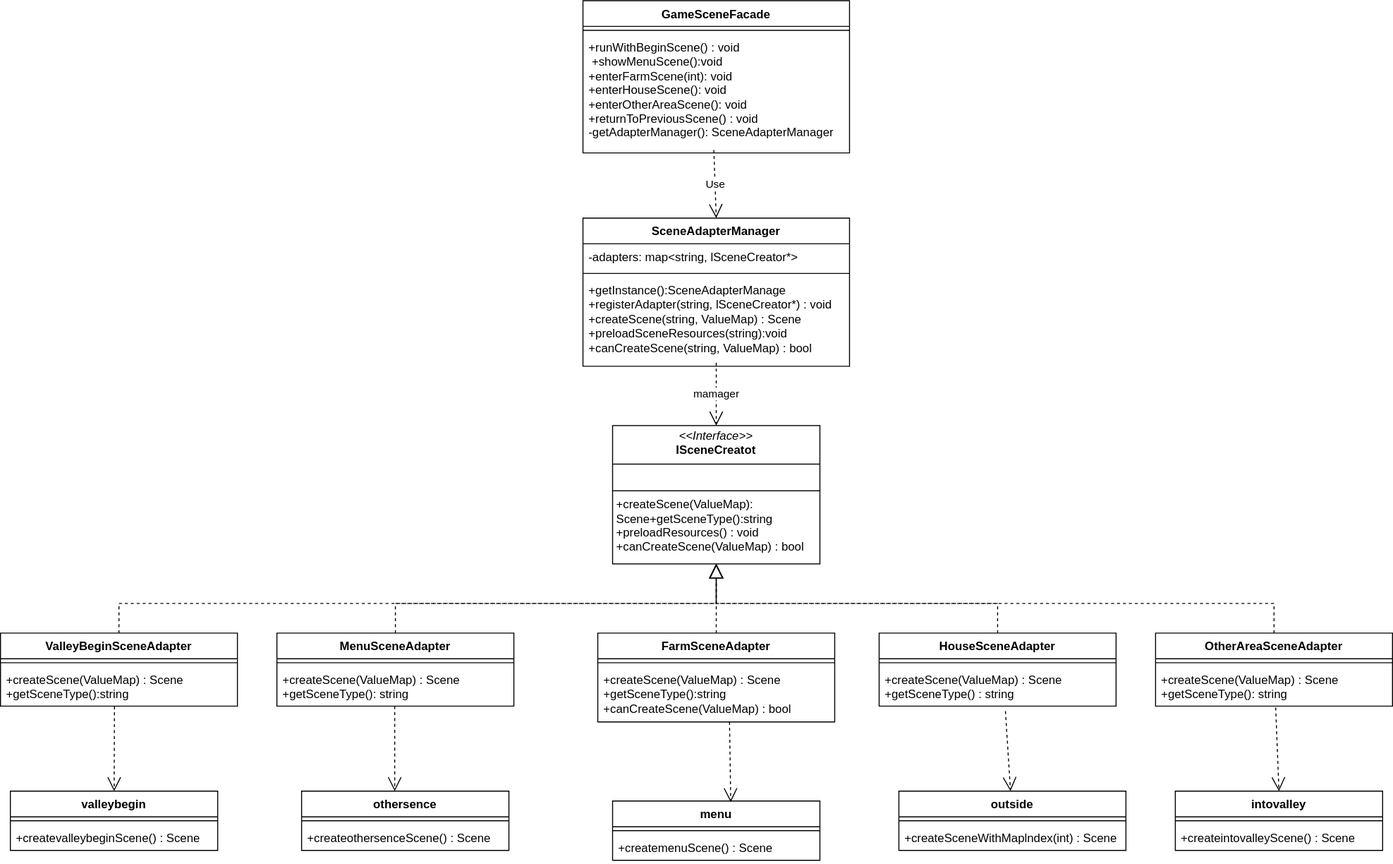
This is 文档/diagram/SceneAdapter.svg from Alian-yy/Stardew_Valley_Refactored, a draw.io export, as it was before one commit. Source tidied: cells renumbered, new cells last; positions are measured from the earlier drawing's top-left corner, leaving out a move shared by most shapes.
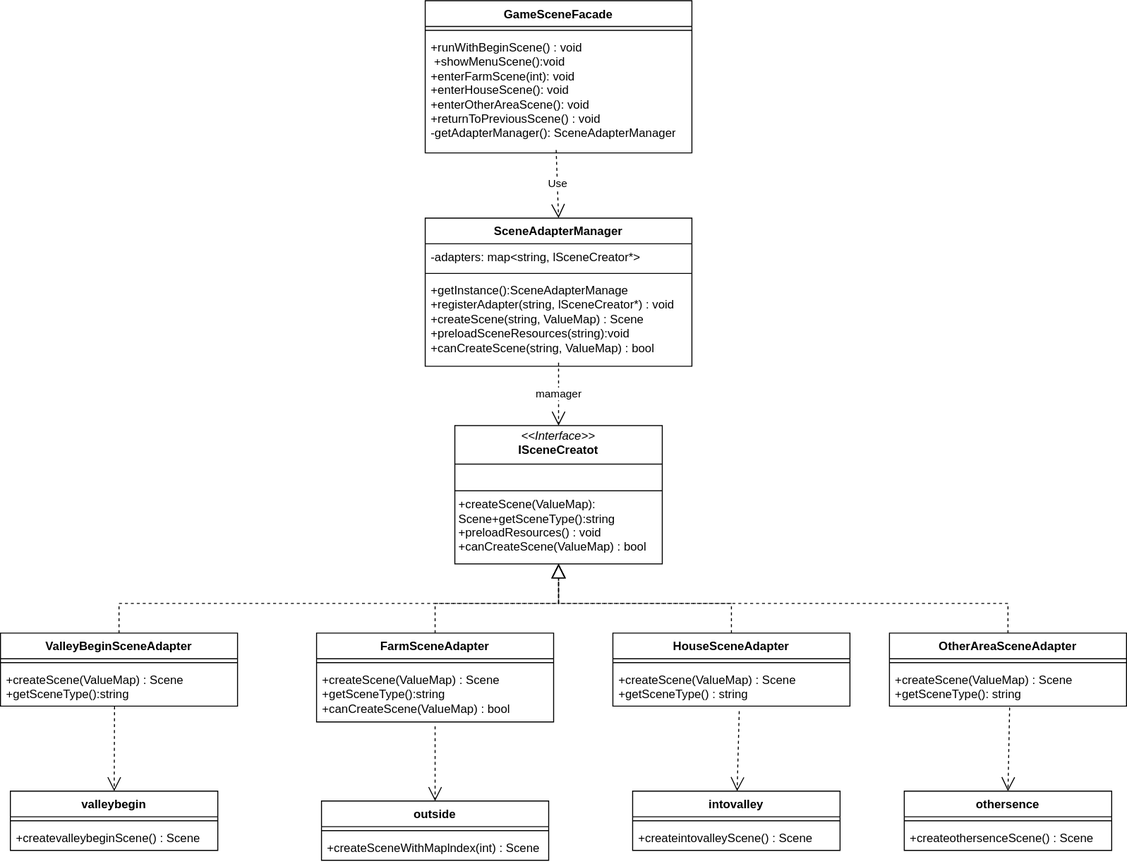
After the commit.

Diff of the diagram source:
```diff
@@ -27,7 +27,7 @@
       <mxGeometry y="60" width="270" height="90" as="geometry" />
     </mxCell>
     <mxCell id="10" value="ValleyBeginSceneAdapter" style="swimlane;fontStyle=1;align=center;verticalAlign=top;horizontal=1;startSize=26;whiteSpace=wrap;html=1;" parent="1" vertex="1">
-      <mxGeometry y="640" width="240" height="74" as="geometry" />
+      <mxGeometry x="160" y="640" width="240" height="74" as="geometry" />
     </mxCell>
     <mxCell id="11" style="line;strokeWidth=1;fillColor=none;align=left;verticalAlign=middle;spacingTop=-1;spacingLeft=3;spacingRight=3;labelPosition=right;strokeColor=inherit;" parent="10" vertex="1">
       <mxGeometry y="26" width="240" height="8" as="geometry" />
@@ -35,17 +35,8 @@
     <mxCell id="12" value="+createScene(ValueMap) : Scene&lt;div&gt;+getSceneType():string&lt;/div&gt;" style="text;strokeColor=none;fillColor=none;align=left;verticalAlign=top;spacingLeft=4;spacingRight=4;overflow=hidden;points=[[0,0.5],[1,0.5]];portConstraint=eastwest;whiteSpace=wrap;html=1;" parent="10" vertex="1">
       <mxGeometry y="34" width="240" height="40" as="geometry" />
     </mxCell>
-    <mxCell id="13" value="MenuSceneAdapter" style="swimlane;fontStyle=1;align=center;verticalAlign=top;horizontal=1;startSize=26;whiteSpace=wrap;html=1;" parent="1" vertex="1">
-      <mxGeometry x="280" y="640" width="240" height="74" as="geometry" />
-    </mxCell>
-    <mxCell id="14" style="line;strokeWidth=1;fillColor=none;align=left;verticalAlign=middle;spacingTop=-1;spacingLeft=3;spacingRight=3;labelPosition=right;strokeColor=inherit;" parent="13" vertex="1">
-      <mxGeometry y="26" width="240" height="8" as="geometry" />
-    </mxCell>
-    <mxCell id="15" value="+createScene(ValueMap) : Scene&lt;div&gt;+getSceneType(): string&lt;/div&gt;" style="text;strokeColor=none;fillColor=none;align=left;verticalAlign=top;spacingLeft=4;spacingRight=4;overflow=hidden;whiteSpace=wrap;html=1;" parent="13" vertex="1">
-      <mxGeometry y="34" width="240" height="40" as="geometry" />
-    </mxCell>
     <mxCell id="16" value="FarmSceneAdapter" style="swimlane;fontStyle=1;align=center;verticalAlign=top;horizontal=1;startSize=26;whiteSpace=wrap;html=1;" parent="1" vertex="1">
-      <mxGeometry x="605" y="640" width="240" height="90" as="geometry" />
+      <mxGeometry x="480" y="640" width="240" height="90" as="geometry" />
     </mxCell>
     <mxCell id="17" style="line;strokeWidth=1;fillColor=none;align=left;verticalAlign=middle;spacingTop=-1;spacingLeft=3;spacingRight=3;labelPosition=right;strokeColor=inherit;" parent="16" vertex="1">
       <mxGeometry y="26" width="240" height="8" as="geometry" />
@@ -54,7 +45,7 @@
       <mxGeometry y="34" width="240" height="56" as="geometry" />
     </mxCell>
     <mxCell id="19" value="HouseSceneAdapter" style="swimlane;fontStyle=1;align=center;verticalAlign=top;horizontal=1;startSize=26;whiteSpace=wrap;html=1;" parent="1" vertex="1">
-      <mxGeometry x="890" y="640" width="240" height="74" as="geometry" />
+      <mxGeometry x="780" y="640" width="240" height="74" as="geometry" />
     </mxCell>
     <mxCell id="20" style="line;strokeWidth=1;fillColor=none;align=left;verticalAlign=middle;spacingTop=-1;spacingLeft=3;spacingRight=3;labelPosition=right;strokeColor=inherit;" parent="19" vertex="1">
       <mxGeometry y="26" width="240" height="8" as="geometry" />
@@ -63,7 +54,7 @@
       <mxGeometry y="34" width="240" height="40" as="geometry" />
     </mxCell>
     <mxCell id="22" value="OtherAreaSceneAdapter" style="swimlane;fontStyle=1;align=center;verticalAlign=top;horizontal=1;startSize=26;whiteSpace=wrap;html=1;" parent="1" vertex="1">
-      <mxGeometry x="1170" y="640" width="240" height="74" as="geometry" />
+      <mxGeometry x="1060" y="640" width="240" height="74" as="geometry" />
     </mxCell>
     <mxCell id="23" style="line;strokeWidth=1;fillColor=none;align=left;verticalAlign=middle;spacingTop=-1;spacingLeft=3;spacingRight=3;labelPosition=right;strokeColor=inherit;" parent="22" vertex="1">
       <mxGeometry y="26" width="240" height="8" as="geometry" />
@@ -72,7 +63,7 @@
       <mxGeometry y="34" width="240" height="40" as="geometry" />
     </mxCell>
     <mxCell id="25" value="valleybegin" style="swimlane;fontStyle=1;align=center;verticalAlign=top;horizontal=1;startSize=26;whiteSpace=wrap;html=1;" parent="1" vertex="1">
-      <mxGeometry x="10" y="800" width="210" height="60" as="geometry" />
+      <mxGeometry x="170" y="800" width="210" height="60" as="geometry" />
     </mxCell>
     <mxCell id="26" style="line;strokeWidth=1;fillColor=none;align=left;verticalAlign=middle;spacingTop=-1;spacingLeft=3;spacingRight=3;labelPosition=right;strokeColor=inherit;" parent="25" vertex="1">
       <mxGeometry y="26" width="210" height="8" as="geometry" />
@@ -81,7 +72,7 @@
       <mxGeometry y="34" width="210" height="26" as="geometry" />
     </mxCell>
     <mxCell id="28" value="othersence" style="swimlane;fontStyle=1;align=center;verticalAlign=top;horizontal=1;startSize=26;whiteSpace=wrap;html=1;" parent="1" vertex="1">
-      <mxGeometry x="305" y="800" width="210" height="60" as="geometry" />
+      <mxGeometry x="1075" y="800" width="210" height="60" as="geometry" />
     </mxCell>
     <mxCell id="29" style="line;strokeWidth=1;fillColor=none;align=left;verticalAlign=middle;spacingTop=-1;spacingLeft=3;spacingRight=3;labelPosition=right;strokeColor=inherit;" parent="28" vertex="1">
       <mxGeometry y="26" width="210" height="8" as="geometry" />
@@ -89,17 +80,8 @@
     <mxCell id="30" value="+createothersenceScene() : Scene" style="text;strokeColor=none;fillColor=none;align=left;verticalAlign=top;spacingLeft=4;spacingRight=4;overflow=hidden;whiteSpace=wrap;html=1;" parent="28" vertex="1">
       <mxGeometry y="34" width="210" height="26" as="geometry" />
     </mxCell>
-    <mxCell id="31" value="menu" style="swimlane;fontStyle=1;align=center;verticalAlign=top;horizontal=1;startSize=26;whiteSpace=wrap;html=1;" parent="1" vertex="1">
-      <mxGeometry x="620" y="810" width="210" height="60" as="geometry" />
-    </mxCell>
-    <mxCell id="32" style="line;strokeWidth=1;fillColor=none;align=left;verticalAlign=middle;spacingTop=-1;spacingLeft=3;spacingRight=3;labelPosition=right;strokeColor=inherit;" parent="31" vertex="1">
-      <mxGeometry y="26" width="210" height="8" as="geometry" />
-    </mxCell>
-    <mxCell id="33" value="+createmenuScene() : Scene" style="text;strokeColor=none;fillColor=none;align=left;verticalAlign=top;spacingLeft=4;spacingRight=4;overflow=hidden;whiteSpace=wrap;html=1;" parent="31" vertex="1">
-      <mxGeometry y="34" width="210" height="26" as="geometry" />
-    </mxCell>
     <mxCell id="34" value="outside" style="swimlane;fontStyle=1;align=center;verticalAlign=top;horizontal=1;startSize=26;whiteSpace=wrap;html=1;" parent="1" vertex="1">
-      <mxGeometry x="910" y="800" width="230" height="60" as="geometry" />
+      <mxGeometry x="485" y="810" width="230" height="60" as="geometry" />
     </mxCell>
     <mxCell id="35" style="line;strokeWidth=1;fillColor=none;align=left;verticalAlign=middle;spacingTop=-1;spacingLeft=3;spacingRight=3;labelPosition=right;strokeColor=inherit;" parent="34" vertex="1">
       <mxGeometry y="26" width="230" height="8" as="geometry" />
@@ -108,7 +90,7 @@
       <mxGeometry y="34" width="230" height="26" as="geometry" />
     </mxCell>
     <mxCell id="37" value="intovalley" style="swimlane;fontStyle=1;align=center;verticalAlign=top;horizontal=1;startSize=26;whiteSpace=wrap;html=1;" parent="1" vertex="1">
-      <mxGeometry x="1190" y="800" width="210" height="60" as="geometry" />
+      <mxGeometry x="800" y="800" width="210" height="60" as="geometry" />
     </mxCell>
     <mxCell id="38" style="line;strokeWidth=1;fillColor=none;align=left;verticalAlign=middle;spacingTop=-1;spacingLeft=3;spacingRight=3;labelPosition=right;strokeColor=inherit;" parent="37" vertex="1">
       <mxGeometry y="26" width="210" height="8" as="geometry" />
@@ -117,20 +99,17 @@
       <mxGeometry y="34" width="210" height="26" as="geometry" />
     </mxCell>
     <mxCell id="40" style="endArrow=block;dashed=1;endFill=0;endSize=12;html=1;rounded=0;exitX=0.5;exitY=0;exitDx=0;exitDy=0;entryX=0.5;entryY=1;entryDx=0;entryDy=0;" parent="1" edge="1" source="16" target="2">
-      <mxGeometry relative="1" as="geometry" />
+      <mxGeometry relative="1" as="geometry">
+        <Array as="points">
+          <mxPoint x="600" y="610" />
+          <mxPoint x="725" y="610" />
+        </Array>
+      </mxGeometry>
     </mxCell>
-    <mxCell id="41" style="endArrow=block;dashed=1;endFill=0;endSize=12;html=1;rounded=0;entryX=0.5;entryY=1;entryDx=0;entryDy=0;exitX=0.5;exitY=0;exitDx=0;exitDy=0;" parent="1" edge="1" source="13" target="2">
-      <mxGeometry relative="1" as="geometry">
-        <Array as="points">
-          <mxPoint x="400" y="610" />
-          <mxPoint x="725" y="610" />
-        </Array>
-      </mxGeometry>
-    </mxCell>
     <mxCell id="42" style="endArrow=block;dashed=1;endFill=0;endSize=12;html=1;rounded=0;exitX=0.5;exitY=0;exitDx=0;exitDy=0;entryX=0.5;entryY=1;entryDx=0;entryDy=0;" parent="1" edge="1" source="10" target="2">
       <mxGeometry relative="1" as="geometry">
         <Array as="points">
-          <mxPoint x="120" y="610" />
+          <mxPoint x="280" y="610" />
           <mxPoint x="725" y="610" />
         </Array>
       </mxGeometry>
@@ -138,7 +117,7 @@
     <mxCell id="43" style="endArrow=block;dashed=1;endFill=0;endSize=12;html=1;rounded=0;exitX=0.5;exitY=0;exitDx=0;exitDy=0;entryX=0.5;entryY=1;entryDx=0;entryDy=0;" parent="1" edge="1" source="19" target="2">
       <mxGeometry relative="1" as="geometry">
         <Array as="points">
-          <mxPoint x="1010" y="610" />
+          <mxPoint x="900" y="610" />
           <mxPoint x="725" y="610" />
         </Array>
       </mxGeometry>
@@ -146,7 +125,7 @@
     <mxCell id="44" style="endArrow=block;dashed=1;endFill=0;endSize=12;html=1;rounded=0;entryX=0.5;entryY=1;entryDx=0;entryDy=0;exitX=0.5;exitY=0;exitDx=0;exitDy=0;" parent="1" edge="1" source="22" target="2">
       <mxGeometry relative="1" as="geometry">
         <Array as="points">
-          <mxPoint x="1290" y="610" />
+          <mxPoint x="1180" y="610" />
           <mxPoint x="725" y="610" />
         </Array>
       </mxGeometry>
@@ -154,19 +133,13 @@
     <mxCell id="45" style="endArrow=open;endSize=12;dashed=1;html=1;rounded=0;exitX=0.481;exitY=1.005;exitDx=0;exitDy=0;exitPerimeter=0;" parent="1" edge="1" source="12" target="25">
       <mxGeometry relative="1" as="geometry" />
     </mxCell>
-    <mxCell id="46" style="endArrow=open;endSize=12;dashed=1;html=1;rounded=0;exitX=0.481;exitY=1.005;exitDx=0;exitDy=0;exitPerimeter=0;" parent="1" edge="1">
-      <mxGeometry relative="1" as="geometry">
-        <mxPoint x="399.3" y="714" as="sourcePoint" />
-        <mxPoint x="399.3" y="800" as="targetPoint" />
-      </mxGeometry>
-    </mxCell>
-    <mxCell id="47" style="endArrow=open;endSize=12;dashed=1;html=1;rounded=0;exitX=0.556;exitY=0.999;exitDx=0;exitDy=0;exitPerimeter=0;entryX=0.57;entryY=0.019;entryDx=0;entryDy=0;entryPerimeter=0;" parent="1" edge="1" source="18" target="31">
+    <mxCell id="47" style="endArrow=open;endSize=12;dashed=1;html=1;rounded=0;exitX=0.5;exitY=1.079;exitDx=0;exitDy=0;exitPerimeter=0;entryX=0.5;entryY=0;entryDx=0;entryDy=0;" parent="1" edge="1" source="18" target="34">
       <mxGeometry relative="1" as="geometry" />
     </mxCell>
-    <mxCell id="48" style="endArrow=open;endSize=12;dashed=1;html=1;rounded=0;exitX=0.533;exitY=1.126;exitDx=0;exitDy=0;exitPerimeter=0;" parent="1" edge="1" source="21" target="34">
+    <mxCell id="48" style="endArrow=open;endSize=12;dashed=1;html=1;rounded=0;exitX=0.533;exitY=1.126;exitDx=0;exitDy=0;exitPerimeter=0;" parent="1" edge="1" source="21" target="37">
       <mxGeometry relative="1" as="geometry" />
     </mxCell>
-    <mxCell id="49" style="endArrow=open;endSize=12;dashed=1;html=1;rounded=0;exitX=0.507;exitY=1.035;exitDx=0;exitDy=0;exitPerimeter=0;entryX=0.5;entryY=0;entryDx=0;entryDy=0;" parent="1" edge="1" source="24" target="37">
+    <mxCell id="49" style="endArrow=open;endSize=12;dashed=1;html=1;rounded=0;exitX=0.507;exitY=1.035;exitDx=0;exitDy=0;exitPerimeter=0;entryX=0.5;entryY=0;entryDx=0;entryDy=0;" parent="1" edge="1" source="24" target="28">
       <mxGeometry relative="1" as="geometry" />
     </mxCell>
     <mxCell id="50" value="Use" style="endArrow=open;endSize=12;dashed=1;html=1;rounded=0;exitX=0.491;exitY=0.976;exitDx=0;exitDy=0;exitPerimeter=0;entryX=0.5;entryY=0;entryDx=0;entryDy=0;" parent="1" edge="1" source="5" target="6">
```
